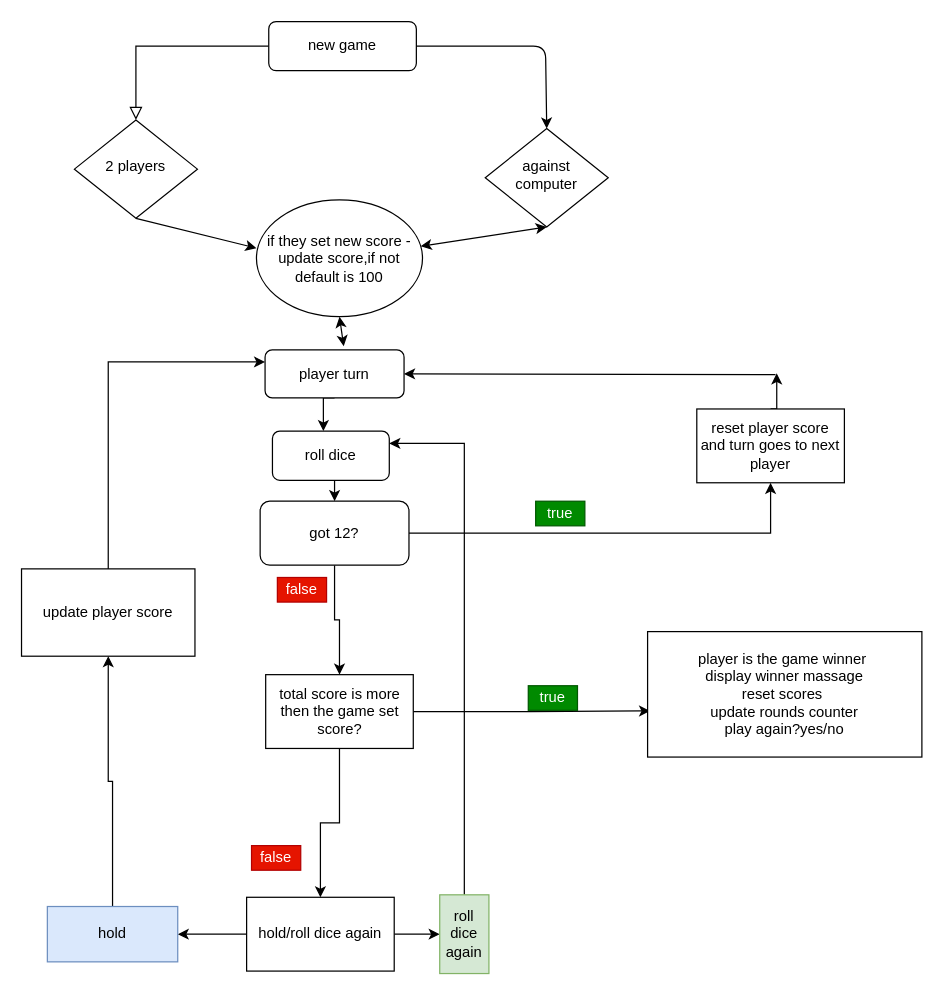
t-bendet/dice-game keeps this draw.io diagram as page "game in play logic" (2 of 3) of guidlines/dice game demo.drawio. Above is the earlier version. Source tidied: cells renumbered, new cells numbered last; positions are measured from the earlier drawing's top-left corner, leaving out a move shared by most shapes. Both pictures are drawn from the tidied source at 123%, with x=0, y=0 at pixel (21, 21).
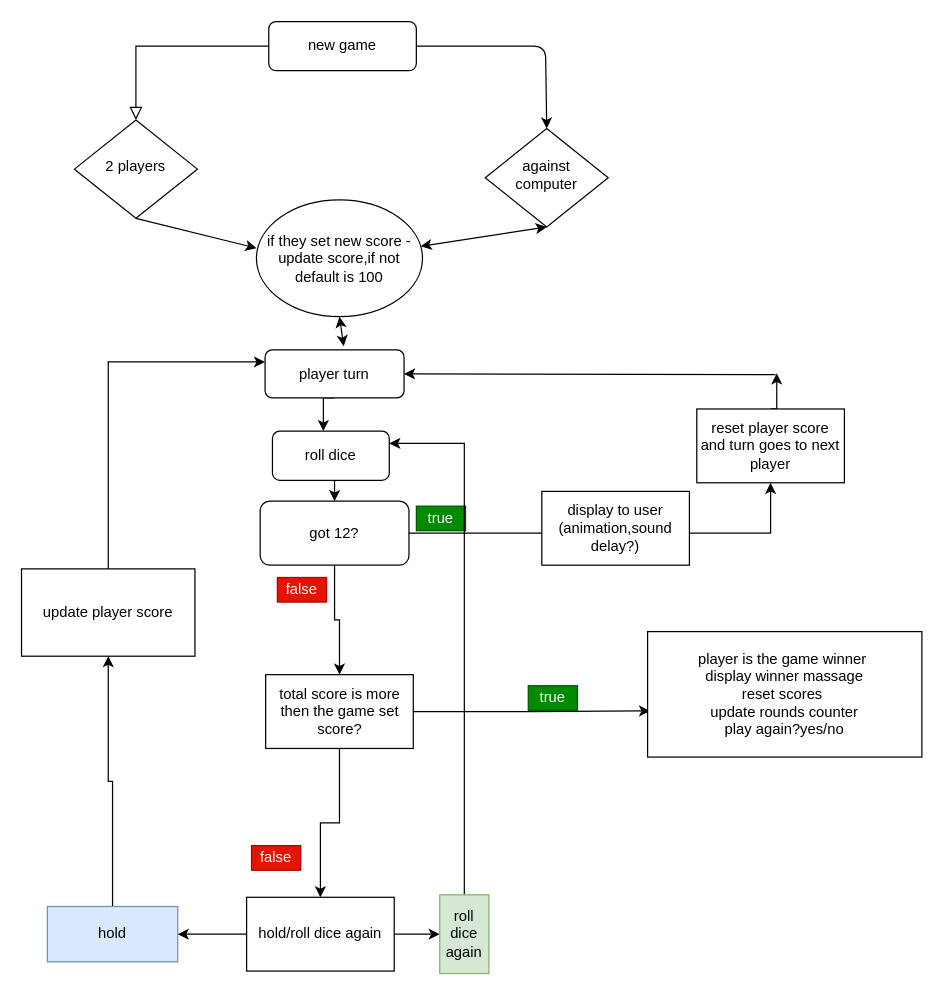
The same page after the edit.

Diff of the diagram source:
```diff
@@
     <mxCell id="30" value="true" style="text;html=1;strokeColor=#005700;fillColor=#008a00;align=center;verticalAlign=middle;whiteSpace=wrap;rounded=0;fontColor=#ffffff;" parent="1" vertex="1">
-      <mxGeometry x="418" y="390" width="40" height="20" as="geometry" />
+      <mxGeometry x="321" y="394" width="40" height="20" as="geometry" />
     </mxCell>
@@
+    <mxCell id="38" value="display to user (animation,sound delay?)" style="rounded=0;whiteSpace=wrap;html=1;" parent="1" vertex="1">
+      <mxGeometry x="423" y="382" width="120" height="60" as="geometry" />
+    </mxCell>
```
